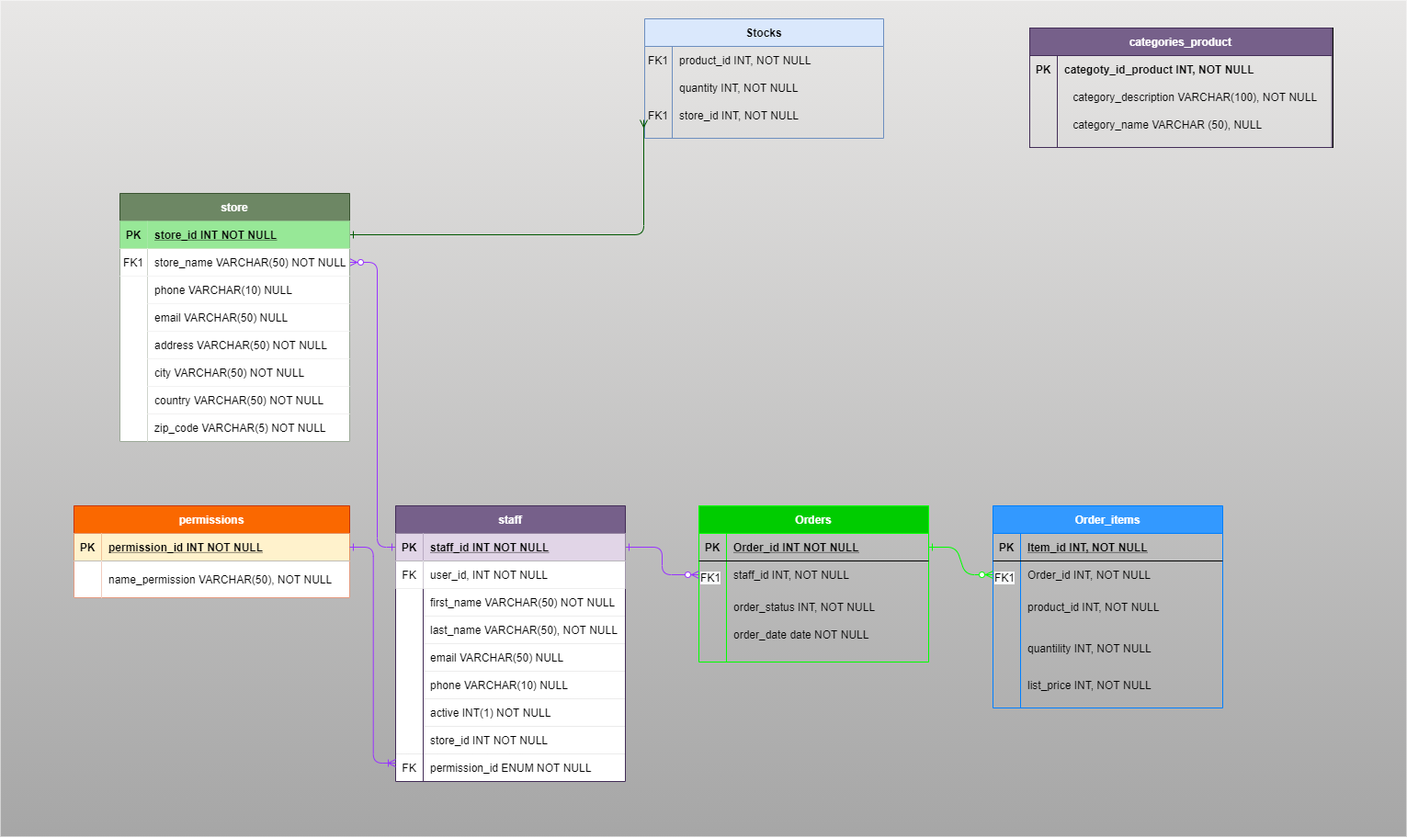
This is RestaSoft Diagram.png from RestaSoft/ERM-RestaSoft, a draw.io export, as it was before one commit. Source tidied: cells renumbered, new cells last; positions are measured from the earlier drawing's top-left corner, leaving out a move shared by most shapes.
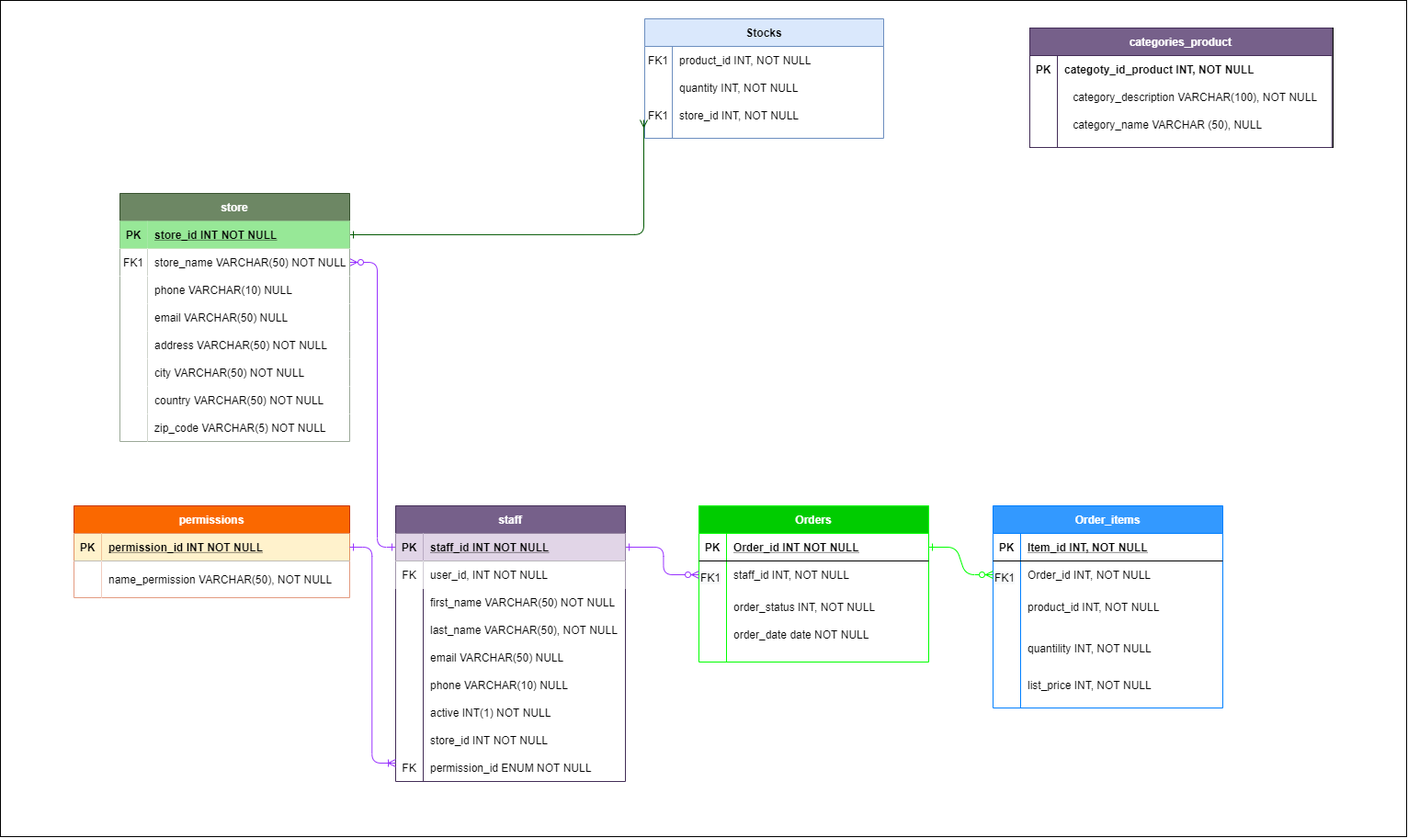
Above is the later version.

Commit message:
change color solid background

Change to the diagram source:
```diff
@@ -2,7 +2,7 @@
   <root>
     <mxCell id="0" />
     <mxCell id="1" parent="0" />
-    <mxCell id="2" style="rounded=0;whiteSpace=wrap;html=1;gradientDirection=south;strokeColor=none;fillColor=#E8E7E6;gradientColor=#A6A6A6;" parent="1" vertex="1">
+    <mxCell id="2" style="rounded=0;whiteSpace=wrap;html=1;gradientDirection=south;" parent="1" vertex="1">
       <mxGeometry width="1530" height="910" as="geometry" />
     </mxCell>
     <mxCell id="3" style="edgeStyle=elbowEdgeStyle;endArrow=ERzeroToMany;startArrow=ERone;endFill=1;startFill=0;fillColor=#76608a;exitX=0;exitY=0.5;exitDx=0;exitDy=0;strokeColor=#9933FF;" parent="1" edge="1" source="94" target="71">
```
